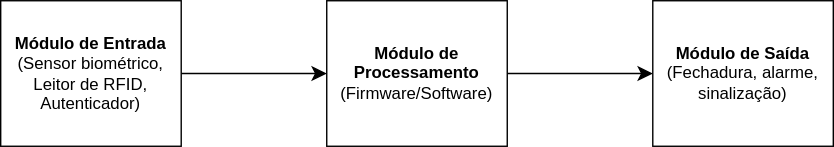
Earlier version of the draw.io export projetos/sistema-controle-de-acesso/images/diagrama1.drawio.svg (teaching-FEEC/ea075-2024.1). Source tidied: cells renumbered, new cells last; positions are measured from the earlier drawing's top-left corner, leaving out a move shared by most shapes.
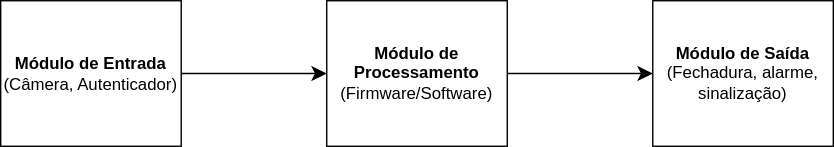
Later version of the same file.

Change to the diagram source:
```diff
@@ -5,7 +5,7 @@
     <mxCell id="2" style="edgeStyle=none;curved=1;rounded=0;jettySize=auto;html=1;fontSize=12;startSize=8;endSize=8;" parent="1" edge="1" source="3" target="5">
       <mxGeometry relative="1" as="geometry" />
     </mxCell>
-    <mxCell id="3" value="&lt;div&gt;&lt;b&gt;Módulo de Entrada&lt;br&gt;&lt;/b&gt;&lt;/div&gt;&lt;div&gt;(Sensor biométrico, Leitor de RFID, Autenticador)&lt;/div&gt;" style="rounded=0;whiteSpace=wrap;html=1;" parent="1" vertex="1">
+    <mxCell id="3" value="&lt;div&gt;&lt;b&gt;Módulo de Entrada&lt;br&gt;&lt;/b&gt;&lt;/div&gt;&lt;div&gt;(Câmera, Autenticador)&lt;/div&gt;" style="rounded=0;whiteSpace=wrap;html=1;" parent="1" vertex="1">
       <mxGeometry width="129" height="104" as="geometry" />
     </mxCell>
     <mxCell id="4" style="edgeStyle=none;curved=1;rounded=0;jettySize=auto;html=1;fontSize=12;startSize=8;endSize=8;" parent="1" edge="1" source="5" target="6">
```
